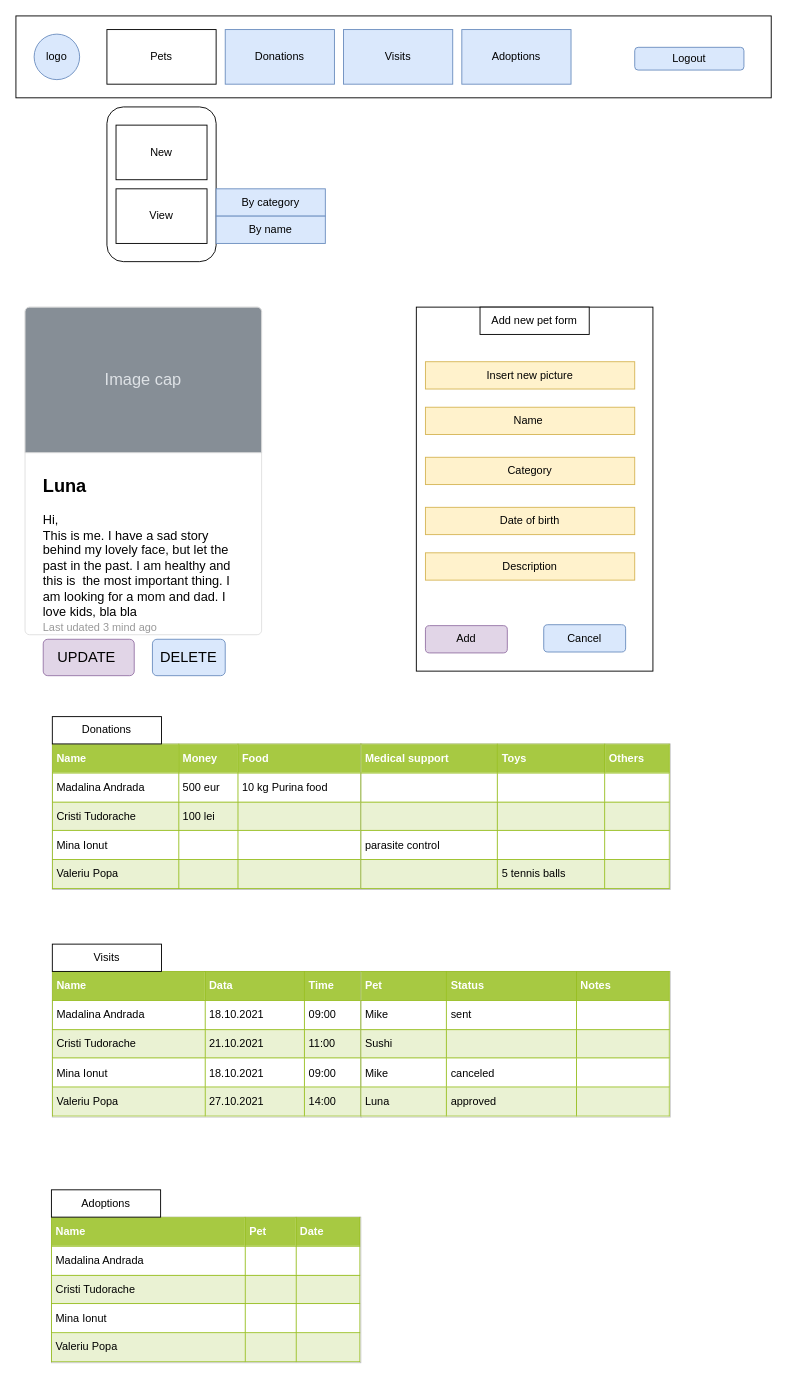
Above: docs/2 design/common/home_admin.drawio in AlbuMihaela/Animal-Application (draw.io), before the change. Source tidied: cells renumbered, new cells numbered last; positions are measured from the earlier drawing's top-left corner, leaving out a move shared by most shapes. Both pictures are drawn from the tidied source at 91%, with x=0, y=0 at pixel (15, 15).
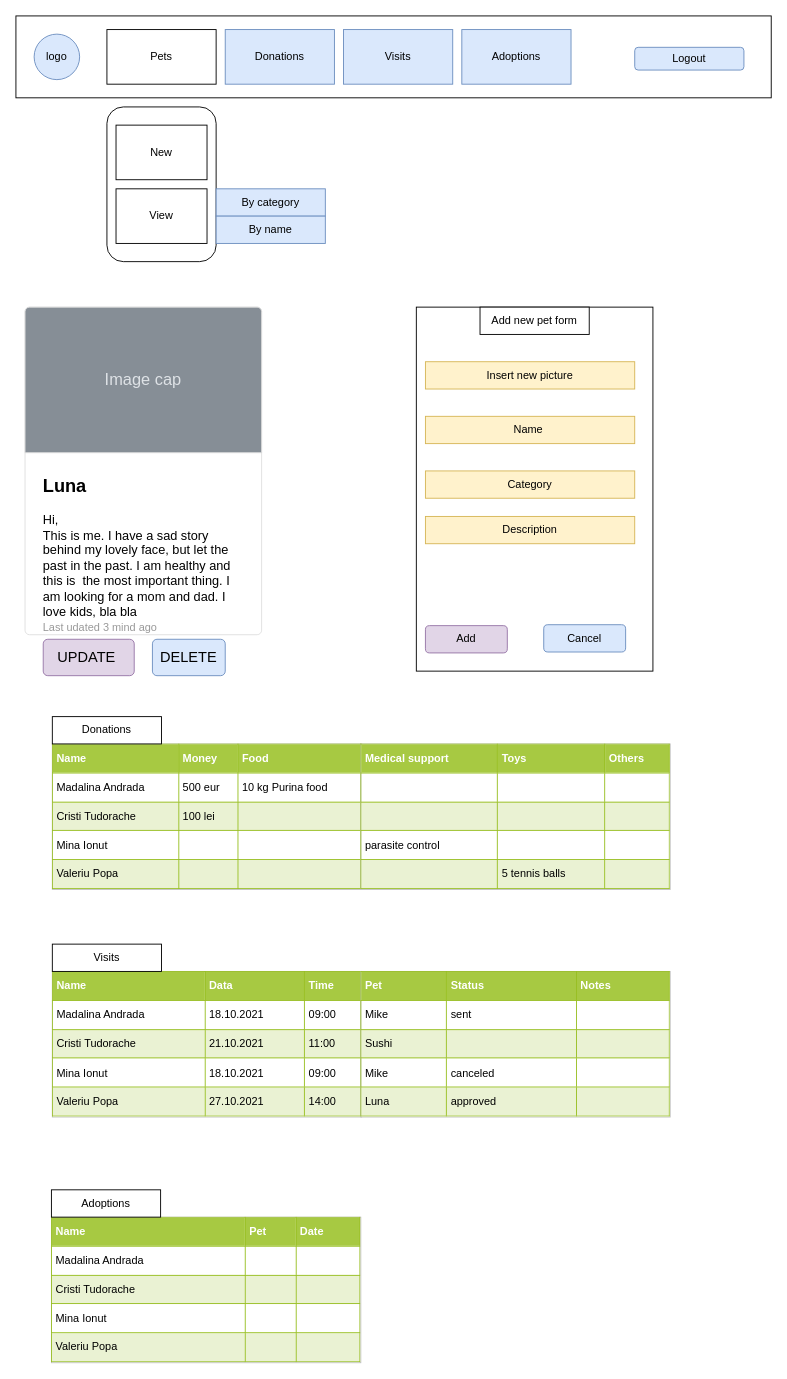
Above is the later version.

What changed in the source:
```diff
@@
     <mxCell id="21" value="Description" style="rounded=0;whiteSpace=wrap;html=1;fillColor=#fff2cc;strokeColor=#d6b656;" parent="1" vertex="1">
-      <mxGeometry x="450" y="590" width="230" height="30" as="geometry" />
+      <mxGeometry x="450" y="550" width="230" height="30" as="geometry" />
     </mxCell>
-    <mxCell id="22" value="Date of birth" style="rounded=0;whiteSpace=wrap;html=1;fillColor=#fff2cc;strokeColor=#d6b656;" parent="1" vertex="1">
-      <mxGeometry x="450" y="540" width="230" height="30" as="geometry" />
-    </mxCell>
     <mxCell id="23" value="Category" style="rounded=0;whiteSpace=wrap;html=1;fillColor=#fff2cc;strokeColor=#d6b656;" parent="1" vertex="1">
-      <mxGeometry x="450" y="485" width="230" height="30" as="geometry" />
+      <mxGeometry x="450" y="500" width="230" height="30" as="geometry" />
     </mxCell>
     <mxCell id="24" value="Name&amp;nbsp;" style="rounded=0;whiteSpace=wrap;html=1;fillColor=#fff2cc;strokeColor=#d6b656;" parent="1" vertex="1">
-      <mxGeometry x="450" y="430" width="230" height="30" as="geometry" />
+      <mxGeometry x="450" y="440" width="230" height="30" as="geometry" />
     </mxCell>
```
